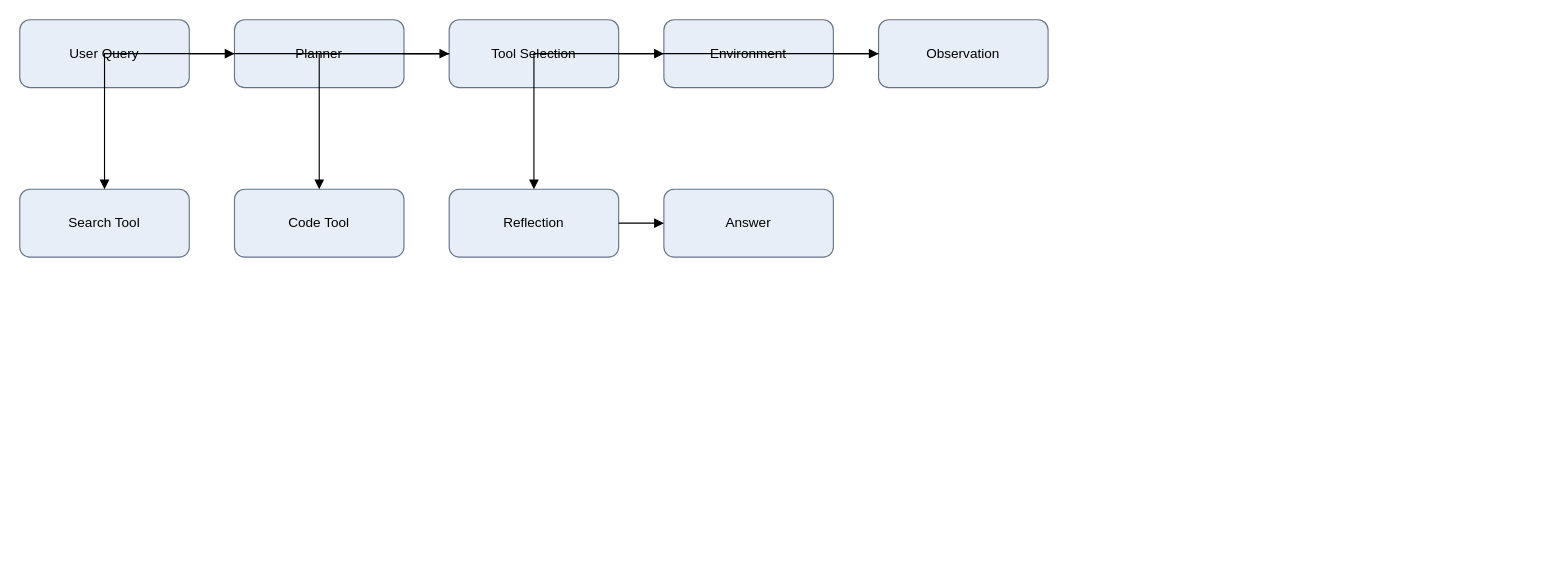
Above: outputs/m0/workflow.drawio in Slaughter-1/scientific-figure-agent (draw.io), before the change. Source tidied: cells renumbered, new cells numbered last; positions are measured from the earlier drawing's top-left corner, leaving out a move shared by most shapes. Both pictures are drawn from the tidied source at 113%, with x=0, y=0 at pixel (19, 19).
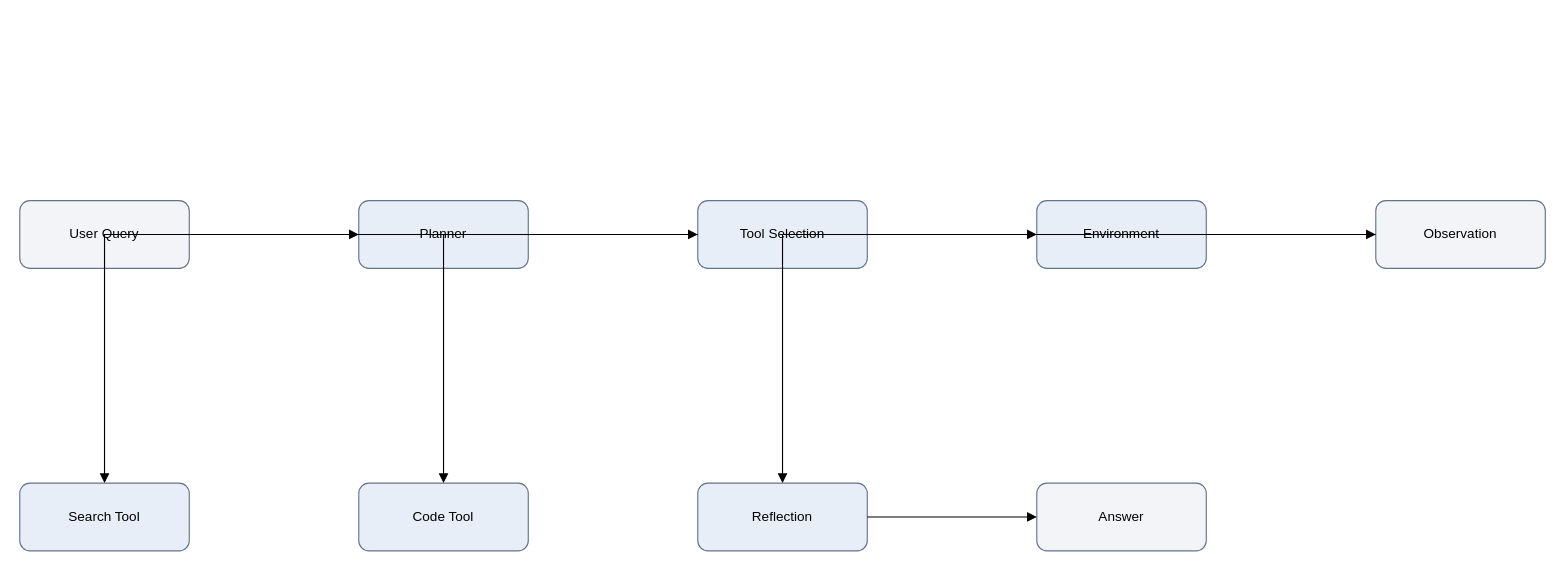
The same page after the edit.

Commit message (it also covers changes not shown here):
feat: add unified drawio rendering backend

Change to the diagram source:
```diff
@@
 <mxGraphModel>
   <root>
     <mxCell id="0" />
     <mxCell id="1" parent="0" />
-    <mxCell id="2" value="User Query" style="rounded=1;whiteSpace=wrap;html=1;fillColor=#E8EEF7;strokeColor=#64748B;" parent="1" vertex="1">
-      <mxGeometry width="150" height="60" as="geometry" />
+    <mxCell id="2" value="User Query" style="rounded=1;whiteSpace=wrap;html=1;fillColor=#F2F4F7;strokeColor=#64748B;" parent="1" vertex="1">
+      <mxGeometry y="160" width="150" height="60" as="geometry" />
     </mxCell>
     <mxCell id="3" value="Planner" style="rounded=1;whiteSpace=wrap;html=1;fillColor=#E8EEF7;strokeColor=#64748B;" parent="1" vertex="1">
-      <mxGeometry x="190" width="150" height="60" as="geometry" />
+      <mxGeometry x="300" y="160" width="150" height="60" as="geometry" />
     </mxCell>
     <mxCell id="4" value="Tool Selection" style="rounded=1;whiteSpace=wrap;html=1;fillColor=#E8EEF7;strokeColor=#64748B;" parent="1" vertex="1">
-      <mxGeometry x="380" width="150" height="60" as="geometry" />
+      <mxGeometry x="600" y="160" width="150" height="60" as="geometry" />
     </mxCell>
     <mxCell id="5" value="Environment" style="rounded=1;whiteSpace=wrap;html=1;fillColor=#E8EEF7;strokeColor=#64748B;" parent="1" vertex="1">
-      <mxGeometry x="570" width="150" height="60" as="geometry" />
+      <mxGeometry x="900" y="160" width="150" height="60" as="geometry" />
     </mxCell>
-    <mxCell id="6" value="Observation" style="rounded=1;whiteSpace=wrap;html=1;fillColor=#E8EEF7;strokeColor=#64748B;" parent="1" vertex="1">
-      <mxGeometry x="760" width="150" height="60" as="geometry" />
+    <mxCell id="6" value="Observation" style="rounded=1;whiteSpace=wrap;html=1;fillColor=#F2F4F7;strokeColor=#64748B;" parent="1" vertex="1">
+      <mxGeometry x="1200" y="160" width="150" height="60" as="geometry" />
     </mxCell>
     <mxCell id="7" value="Search Tool" style="rounded=1;whiteSpace=wrap;html=1;fillColor=#E8EEF7;strokeColor=#64748B;" parent="1" vertex="1">
-      <mxGeometry y="150" width="150" height="60" as="geometry" />
+      <mxGeometry y="410" width="150" height="60" as="geometry" />
     </mxCell>
     <mxCell id="8" value="Code Tool" style="rounded=1;whiteSpace=wrap;html=1;fillColor=#E8EEF7;strokeColor=#64748B;" parent="1" vertex="1">
-      <mxGeometry x="190" y="150" width="150" height="60" as="geometry" />
+      <mxGeometry x="300" y="410" width="150" height="60" as="geometry" />
     </mxCell>
     <mxCell id="9" value="Reflection" style="rounded=1;whiteSpace=wrap;html=1;fillColor=#E8EEF7;strokeColor=#64748B;" parent="1" vertex="1">
-      <mxGeometry x="380" y="150" width="150" height="60" as="geometry" />
+      <mxGeometry x="600" y="410" width="150" height="60" as="geometry" />
     </mxCell>
-    <mxCell id="10" value="Answer" style="rounded=1;whiteSpace=wrap;html=1;fillColor=#E8EEF7;strokeColor=#64748B;" parent="1" vertex="1">
-      <mxGeometry x="570" y="150" width="150" height="60" as="geometry" />
+    <mxCell id="10" value="Answer" style="rounded=1;whiteSpace=wrap;html=1;fillColor=#F2F4F7;strokeColor=#64748B;" parent="1" vertex="1">
+      <mxGeometry x="900" y="410" width="150" height="60" as="geometry" />
     </mxCell>
     <mxCell id="11" style="edgeStyle=orthogonalEdgeStyle;rounded=0;endArrow=block;" parent="1" edge="1" source="2" target="3">
       <mxGeometry relative="1" as="geometry" />
     </mxCell>
     <mxCell id="12" style="edgeStyle=orthogonalEdgeStyle;rounded=0;endArrow=block;" parent="1" edge="1" source="3" target="4">
       <mxGeometry relative="1" as="geometry" />
     </mxCell>
     <mxCell id="13" style="edgeStyle=orthogonalEdgeStyle;rounded=0;endArrow=block;" parent="1" edge="1" source="4" target="5">
       <mxGeometry relative="1" as="geometry" />
     </mxCell>
     <mxCell id="14" style="edgeStyle=orthogonalEdgeStyle;rounded=0;endArrow=block;" parent="1" edge="1" source="5" target="6">
       <mxGeometry relative="1" as="geometry" />
     </mxCell>
     <mxCell id="15" style="edgeStyle=orthogonalEdgeStyle;rounded=0;endArrow=block;" parent="1" edge="1" source="4" target="7">
       <mxGeometry relative="1" as="geometry" />
     </mxCell>
     <mxCell id="16" style="edgeStyle=orthogonalEdgeStyle;rounded=0;endArrow=block;" parent="1" edge="1" source="4" target="8">
       <mxGeometry relative="1" as="geometry" />
     </mxCell>
     <mxCell id="17" style="edgeStyle=orthogonalEdgeStyle;rounded=0;endArrow=block;" parent="1" edge="1" source="6" target="9">
       <mxGeometry relative="1" as="geometry" />
     </mxCell>
     <mxCell id="18" style="edgeStyle=orthogonalEdgeStyle;rounded=0;endArrow=block;" parent="1" edge="1" source="9" target="10">
       <mxGeometry relative="1" as="geometry" />
     </mxCell>
   </root>
 </mxGraphModel>
```
